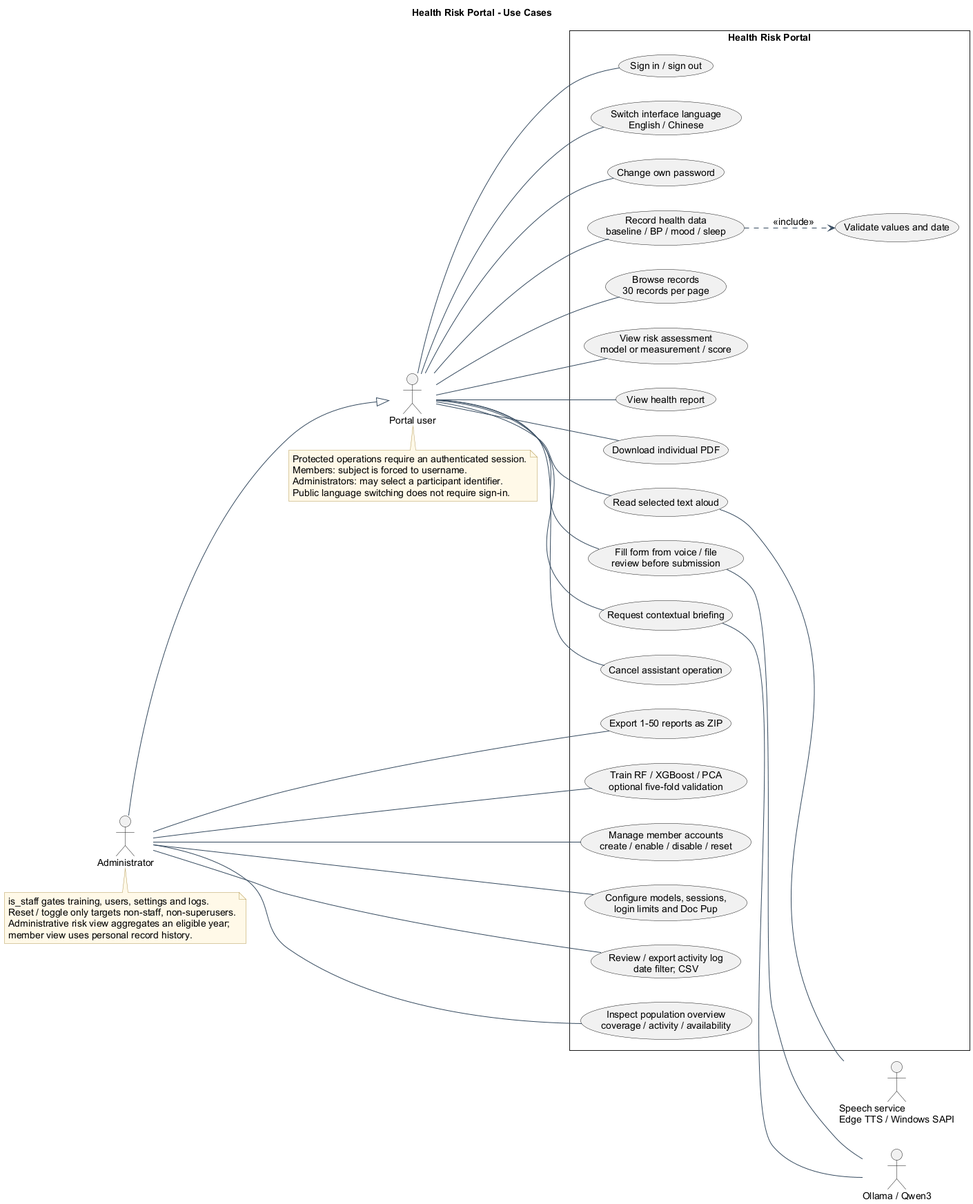
Before: docs/png/01-use-cases.png, a diagram exported from PlantUML (ed0ard/Health-Risk-Portal-Prototype).
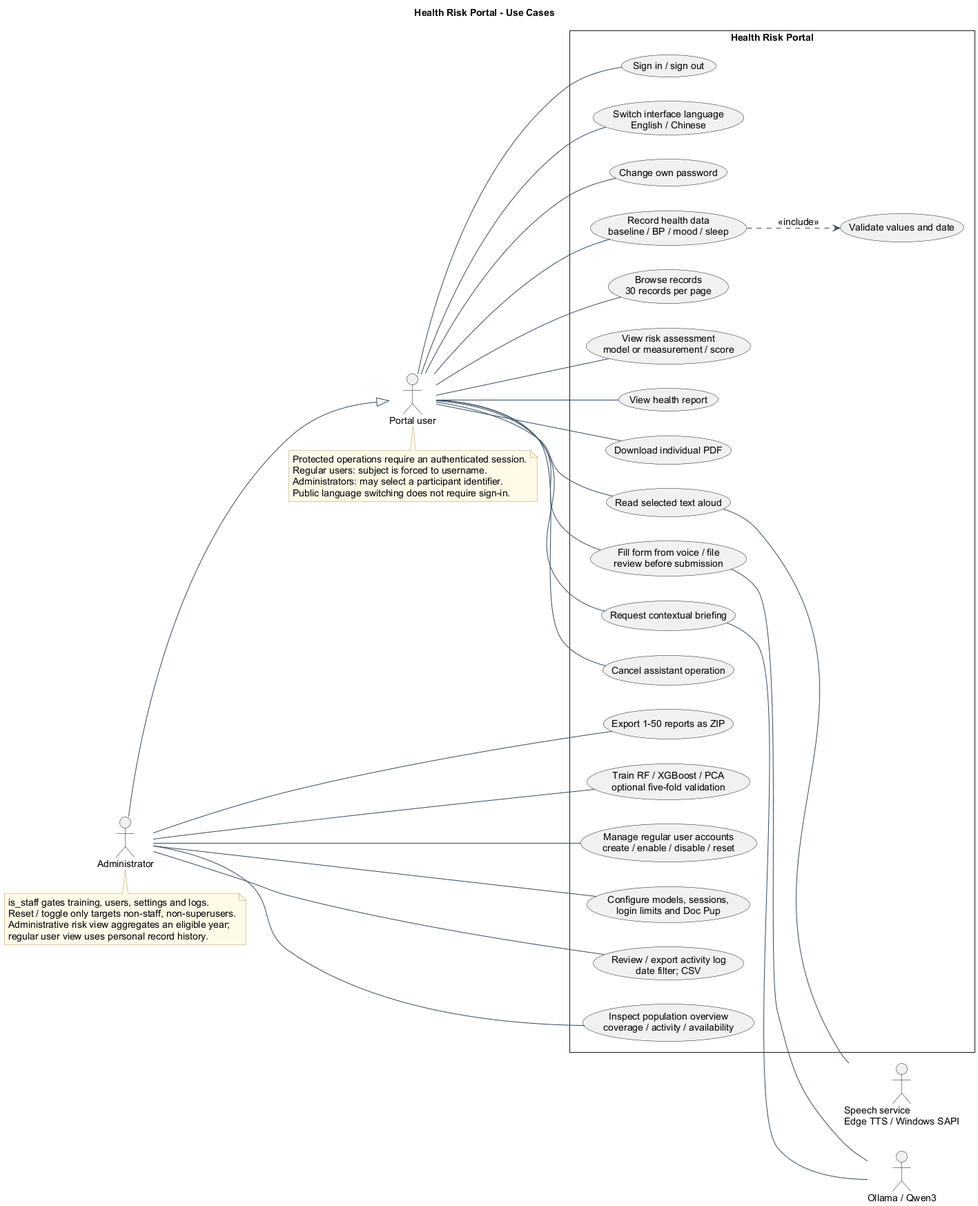
After the change.

Change to the diagram source:
```diff
@@ -19,7 +19,7 @@
   usecase "Download individual PDF" as PDF
   usecase "Export 1-50 reports as ZIP" as Batch
   usecase "Train RF / XGBoost / PCA\noptional five-fold validation" as Train
-  usecase "Manage member accounts\ncreate / enable / disable / reset" as Accounts
+  usecase "Manage regular user accounts\ncreate / enable / disable / reset" as Accounts
   usecase "Configure models, sessions,\nlogin limits and Doc Pup" as Settings
   usecase "Review / export activity log\ndate filter; CSV" as Logs
   usecase "Inspect population overview\ncoverage / activity / availability" as Population
@@ -52,7 +52,7 @@
 Read -- Speech
 note bottom of User
   Protected operations require an authenticated session.
-  Members: subject is forced to username.
+  Regular users: subject is forced to username.
   Administrators: may select a participant identifier.
   Public language switching does not require sign-in.
 end note
@@ -60,6 +60,6 @@
   is_staff gates training, users, settings and logs.
   Reset / toggle only targets non-staff, non-superusers.
   Administrative risk view aggregates an eligible year;
-  member view uses personal record history.
+  regular user view uses personal record history.
 end note
 @enduml
```
